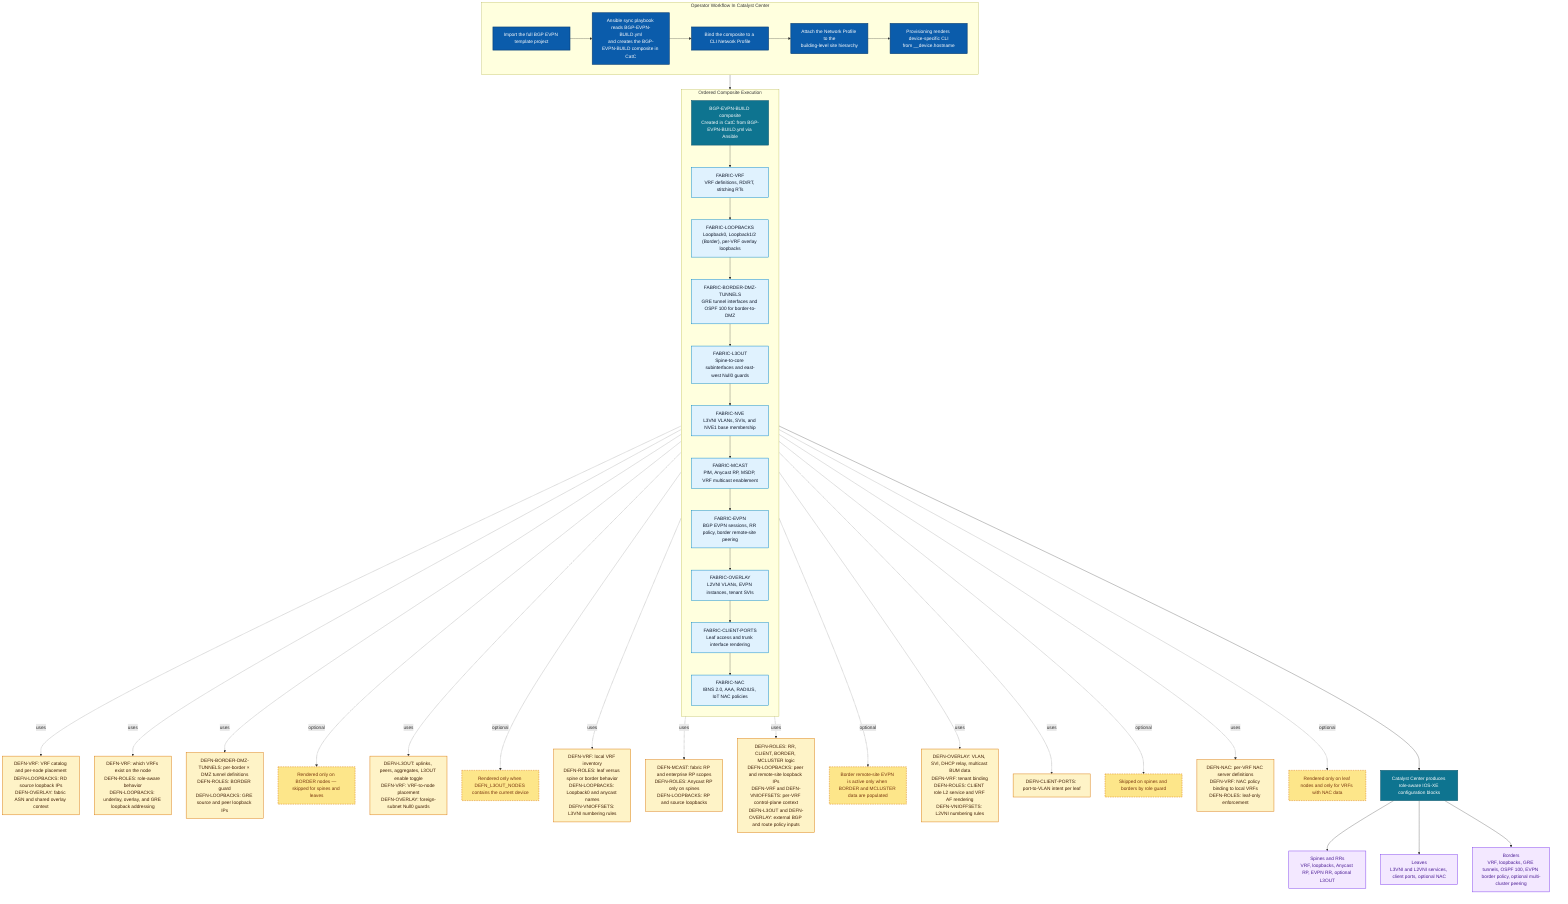
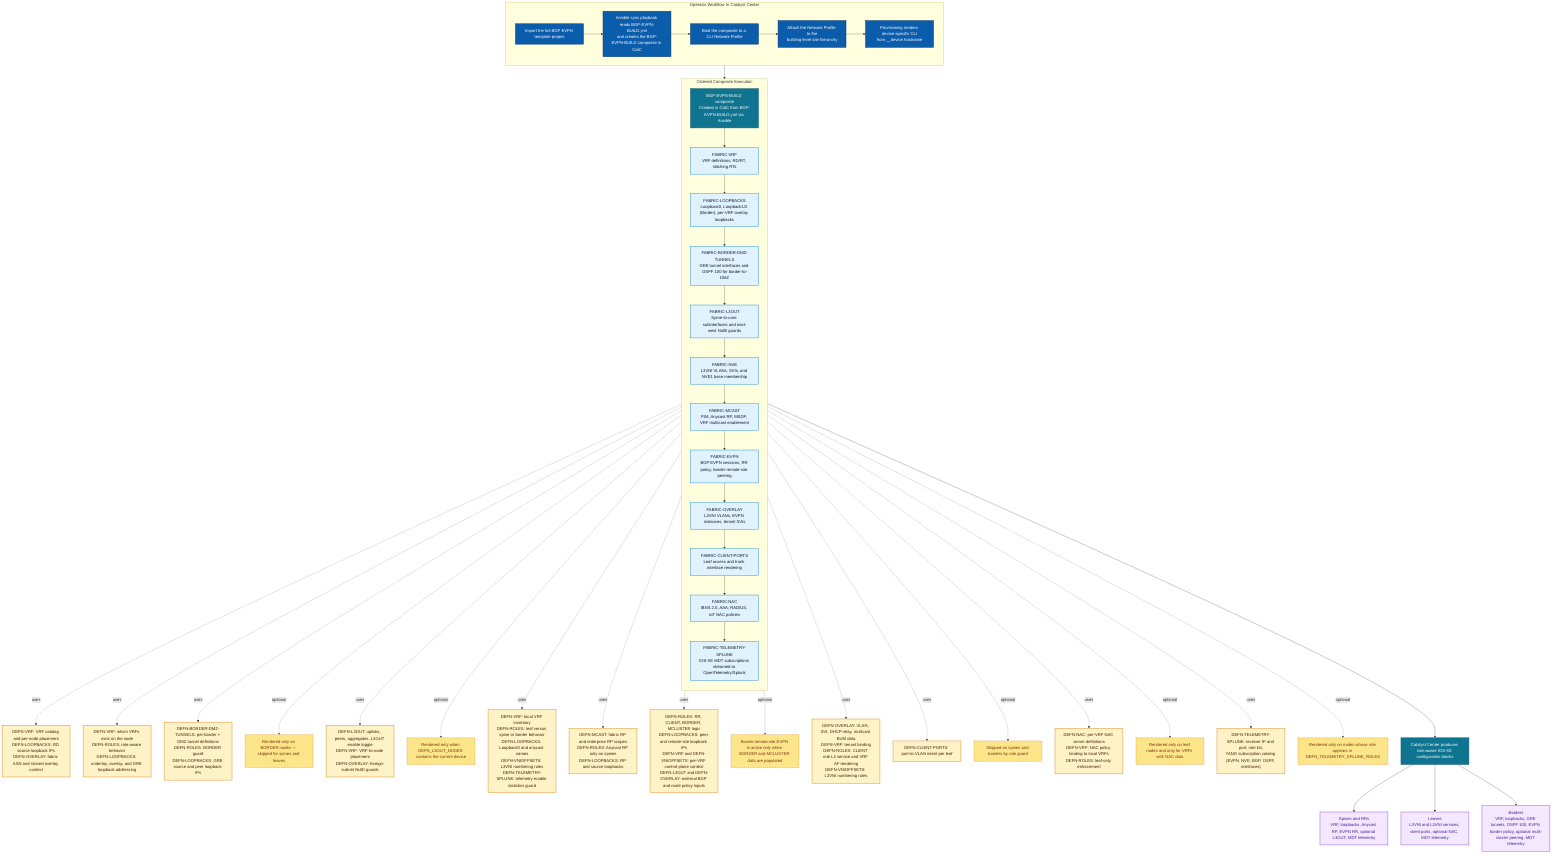
flowchart TB
  classDef orchestration fill:#0B5CAB,color:#FFFFFF,stroke:#083E75,stroke-width:2px;
  classDef composite fill:#0E7490,color:#FFFFFF,stroke:#155E75,stroke-width:2px;
  classDef fabric fill:#E0F2FE,color:#0F172A,stroke:#0284C7,stroke-width:1.5px;
  classDef support fill:#FEF3C7,color:#422006,stroke:#D97706,stroke-width:1.5px;
  classDef outcome fill:#F3E8FF,color:#4C1D95,stroke:#7C3AED,stroke-width:1.5px;
  classDef optional fill:#FDE68A,color:#78350F,stroke:#D97706,stroke-width:1.5px,stroke-dasharray: 5 3;

  subgraph operatorFlow["Operator Workflow In Catalyst Center"]
    direction LR
    op["Import the full BGP EVPN template project"]:::orchestration --> attach["Ansible sync playbook reads BGP-EVPN-BUILD.yml\nand creates the BGP-EVPN-BUILD composite in CatC"]:::orchestration
    attach --> profile["Bind the composite to a CLI Network Profile"]:::orchestration
    profile --> site["Attach the Network Profile to the\nbuilding-level site hierarchy"]:::orchestration
    site --> render["Provisioning renders device-specific CLI\nfrom __device.hostname"]:::orchestration
  end

  render --> build

  subgraph pipeline["Ordered Composite Execution"]
    direction TB
    build["BGP-EVPN-BUILD composite\nCreated in CatC from BGP-EVPN-BUILD.yml via Ansible"]:::composite
    vrf["FABRIC-VRF\nVRF definitions, RD/RT, stitching RTs"]:::fabric
    loopbacks["FABRIC-LOOPBACKS\nLoopback0, Loopback1/2 (Border), per-VRF overlay loopbacks"]:::fabric
    tunnels["FABRIC-BORDER-DMZ-TUNNELS\nGRE tunnel interfaces and OSPF 100 for border-to-DMZ"]:::fabric
    l3out["FABRIC-L3OUT\nSpine-to-core subinterfaces and east-west Null0 guards"]:::fabric
    nve["FABRIC-NVE\nL3VNI VLANs, SVIs, and NVE1 base membership"]:::fabric
    mcast["FABRIC-MCAST\nPIM, Anycast RP, MSDP, VRF multicast enablement"]:::fabric
    evpn["FABRIC-EVPN\nBGP EVPN sessions, RR policy, border remote-site peering"]:::fabric
    overlay["FABRIC-OVERLAY\nL2VNI VLANs, EVPN instances, tenant SVIs"]:::fabric
    ports["FABRIC-CLIENT-PORTS\nLeaf access and trunk interface rendering"]:::fabric
    nac["FABRIC-NAC\nIBNS 2.0, AAA, RADIUS, IoT NAC policies"]:::fabric
+     telemetry["FABRIC-TELEMETRY-SPLUNK\nIOS-XE MDT subscriptions streamed to OpenTelemetry/Splunk"]:::fabric

-     build --> vrf --> loopbacks --> tunnels --> l3out --> nve --> mcast --> evpn --> overlay --> ports --> nac
+     build --> vrf --> loopbacks --> tunnels --> l3out --> nve --> mcast --> evpn --> overlay --> ports --> nac --> telemetry
  end

  vrf -. uses .-> vrfDeps["DEFN-VRF: VRF catalog and per-node placement<br/>DEFN-LOOPBACKS: RD source loopback IPs<br/>DEFN-OVERLAY: fabric ASN and shared overlay context"]:::support

  loopbacks -. uses .-> loopDeps["DEFN-VRF: which VRFs exist on the node<br/>DEFN-ROLES: role-aware behavior<br/>DEFN-LOOPBACKS: underlay, overlay, and GRE loopback addressing"]:::support

  tunnels -. uses .-> tunnelDeps["DEFN-BORDER-DMZ-TUNNELS: per-border × DMZ tunnel definitions<br/>DEFN-ROLES: BORDER guard<br/>DEFN-LOOPBACKS: GRE source and peer loopback IPs"]:::support
  tunnels -. optional .-> tunnelOpt["Rendered only on BORDER nodes — skipped for spines and leaves"]:::optional

  l3out -. uses .-> l3outDeps["DEFN-L3OUT: uplinks, peers, aggregates, L3OUT enable toggle<br/>DEFN-VRF: VRF-to-node placement<br/>DEFN-OVERLAY: foreign-subnet Null0 guards"]:::support
  l3out -. optional .-> l3outOpt["Rendered only when DEFN_L3OUT_NODES contains the current device"]:::optional

-   nve -. uses .-> nveDeps["DEFN-VRF: local VRF inventory<br/>DEFN-ROLES: leaf versus spine or border behavior<br/>DEFN-LOOPBACKS: Loopback0 and anycast names<br/>DEFN-VNIOFFSETS: L3VNI numbering rules"]:::support
+   nve -. uses .-> nveDeps["DEFN-VRF: local VRF inventory<br/>DEFN-ROLES: leaf versus spine or border behavior<br/>DEFN-LOOPBACKS: Loopback0 and anycast names<br/>DEFN-VNIOFFSETS: L3VNI numbering rules<br/>DEFN-TELEMETRY-SPLUNK: telemetry enable statistics guard"]:::support

  mcast -. uses .-> mcastDeps["DEFN-MCAST: fabric RP and enterprise RP scopes<br/>DEFN-ROLES: Anycast RP only on spines<br/>DEFN-LOOPBACKS: RP and source loopbacks"]:::support

  evpn -. uses .-> evpnDeps["DEFN-ROLES: RR, CLIENT, BORDER, MCLUSTER logic<br/>DEFN-LOOPBACKS: peer and remote-site loopback IPs<br/>DEFN-VRF and DEFN-VNIOFFSETS: per-VRF control-plane context<br/>DEFN-L3OUT and DEFN-OVERLAY: external BGP and route policy inputs"]:::support
  evpn -. optional .-> evpnOpt["Border remote-site EVPN is active only when BORDER and MCLUSTER data are populated"]:::optional

  overlay -. uses .-> overlayDeps["DEFN-OVERLAY: VLAN, SVI, DHCP relay, multicast BUM data<br/>DEFN-VRF: tenant binding<br/>DEFN-ROLES: CLIENT role L2 service and VRF AF rendering<br/>DEFN-VNIOFFSETS: L2VNI numbering rules"]:::support

  ports -. uses .-> portsDeps["DEFN-CLIENT-PORTS: port-to-VLAN intent per leaf"]:::support
  ports -. optional .-> portsOpt["Skipped on spines and borders by role guard"]:::optional

  nac -. uses .-> nacDeps["DEFN-NAC: per-VRF NAC server definitions<br/>DEFN-VRF: NAC policy binding to local VRFs<br/>DEFN-ROLES: leaf-only enforcement"]:::support
  nac -. optional .-> nacOpt["Rendered only on leaf nodes and only for VRFs with NAC data"]:::optional

-   nac --> final["Catalyst Center produces role-aware IOS-XE configuration blocks"]:::composite
-   final --> spineOut["Spines and RRs<br/>VRF, loopbacks, Anycast RP, EVPN RR, optional L3OUT"]:::outcome
-   final --> leafOut["Leaves<br/>L3VNI and L2VNI services, client ports, optional NAC"]:::outcome
-   final --> borderOut["Borders<br/>VRF, loopbacks, GRE tunnels, OSPF 100, EVPN border policy, optional multi-cluster peering"]:::outcome+   telemetry -. uses .-> telemetryDeps["DEFN-TELEMETRY-SPLUNK: receiver IP and port, role list,<br/>YANG subscription catalog (EVPN, NVE, BGP, OSPF, interfaces)"]:::support
+   telemetry -. optional .-> telemetryOpt["Rendered only on nodes whose role appears in DEFN_TELEMETRY_SPLUNK_ROLES"]:::optional
+ 
+   telemetry --> final["Catalyst Center produces role-aware IOS-XE configuration blocks"]:::composite
+   final --> spineOut["Spines and RRs<br/>VRF, loopbacks, Anycast RP, EVPN RR, optional L3OUT, MDT telemetry"]:::outcome
+   final --> leafOut["Leaves<br/>L3VNI and L2VNI services, client ports, optional NAC, MDT telemetry"]:::outcome
+   final --> borderOut["Borders<br/>VRF, loopbacks, GRE tunnels, OSPF 100, EVPN border policy, optional multi-cluster peering, MDT telemetry"]:::outcome